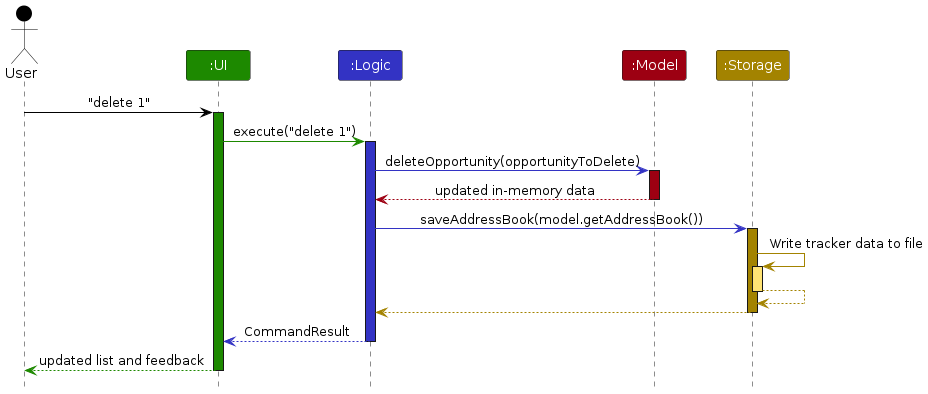
Before: diagrams/ArchitectureSequenceDiagram.png, a diagram exported from PlantUML (AY2526S2-CS2103T-W13-2/tp). Its source is kept beside it as diagrams/ArchitectureSequenceDiagram.puml.
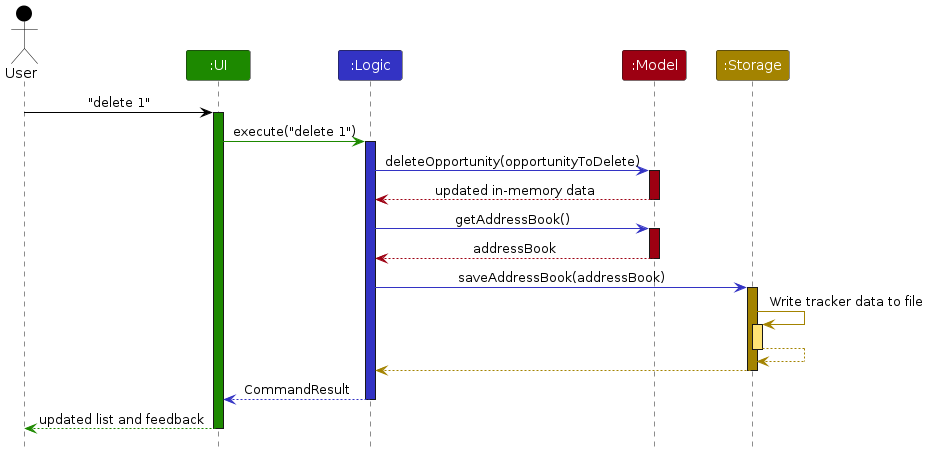
Later version of the same file.

The edit, as a diff of the source:
```diff
@@ -20,7 +20,13 @@
 model -[MODEL_COLOR]-> logic : updated in-memory data
 deactivate model
 
-logic -[LOGIC_COLOR]> storage : saveAddressBook(model.getAddressBook())
+logic -[LOGIC_COLOR]> model : getAddressBook()
+activate model MODEL_COLOR
+
+model -[MODEL_COLOR]-> logic : addressBook
+deactivate model
+
+logic -[LOGIC_COLOR]> storage : saveAddressBook(addressBook)
 activate storage STORAGE_COLOR
 
 storage -[STORAGE_COLOR]> storage : Write tracker data to file
@@ -34,6 +40,6 @@
 logic --[LOGIC_COLOR]> ui : CommandResult
 deactivate logic
 
-ui--[UI_COLOR]> user : updated list and feedback
+ui --[UI_COLOR]> user : updated list and feedback
 deactivate ui
 @enduml
```
